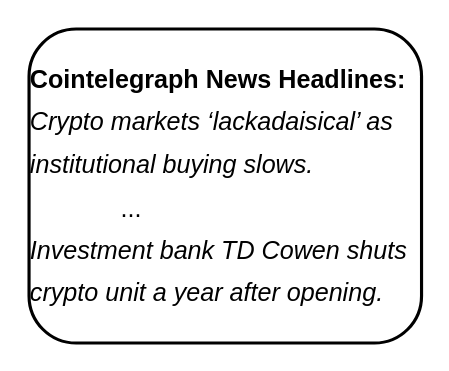
Earlier version of the draw.io diagram diagrams/news.drawio (lyc0603/multi-agent). Source tidied: cells renumbered, new cells numbered last; positions are measured from the earlier drawing's top-left corner, leaving out a move shared by most shapes. Both pictures are drawn from the tidied source at 157%, with x=0, y=0 at pixel (28, 28).
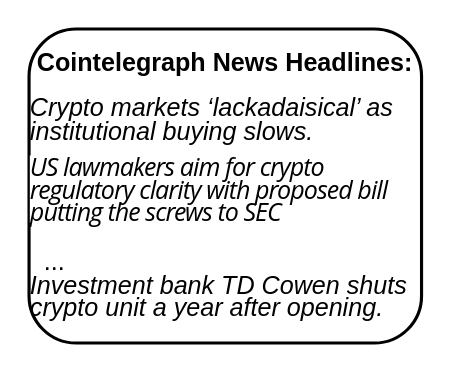
Above is the later version.

The edit, as a diff of the source:
```diff
@@
 <mxGraphModel>
   <root>
     <mxCell id="0" />
     <mxCell id="1" parent="0" />
-    <mxCell id="2" value="&lt;p style=&quot;margin: 0cm; font-size: 12pt; font-family: Calibri, sans-serif; text-align: start; line-height: 170%;&quot; class=&quot;MsoNormal&quot;&gt;&lt;b&gt;Cointelegraph News Headlines:&lt;/b&gt;&lt;/p&gt;&lt;p style=&quot;margin: 0cm; font-size: 12pt; font-family: Calibri, sans-serif; text-align: start; line-height: 170%;&quot; class=&quot;MsoNormal&quot;&gt;&lt;i&gt;Crypto markets ‘lackadaisical’ as institutional buying slows.&lt;/i&gt;&lt;/p&gt;&lt;p style=&quot;margin: 0cm; font-size: 12pt; font-family: Calibri, sans-serif; text-align: start; line-height: 170%;&quot; class=&quot;MsoNormal&quot;&gt;&amp;nbsp;&amp;nbsp;&amp;nbsp;&amp;nbsp;&amp;nbsp;&amp;nbsp;&amp;nbsp;&amp;nbsp;&amp;nbsp;&amp;nbsp;&amp;nbsp;&amp;nbsp; ...&lt;/p&gt;&lt;p style=&quot;margin: 0cm; font-size: 12pt; font-family: Calibri, sans-serif; text-align: start; line-height: 170%;&quot; class=&quot;MsoNormal&quot;&gt;&lt;i&gt;Investment bank TD Cowen shuts crypto unit a year after opening.&lt;/i&gt;&lt;/p&gt;" style="rounded=1;whiteSpace=wrap;html=1;strokeWidth=2;" parent="1" vertex="1">
+    <mxCell id="2" value="&lt;p style=&quot;margin: 0cm; font-family: Calibri, sans-serif; text-align: start; line-height: 90%; font-size: 16px;&quot; class=&quot;MsoNormal&quot;&gt;&lt;b style=&quot;&quot;&gt;&lt;font style=&quot;font-size: 16px;&quot;&gt;&amp;nbsp;Cointelegraph News Headlines:&lt;/font&gt;&lt;/b&gt;&lt;/p&gt;&lt;p style=&quot;margin: 0cm; font-family: Calibri, sans-serif; text-align: start; line-height: 90%; font-size: 16px;&quot; class=&quot;MsoNormal&quot;&gt;&lt;b style=&quot;&quot;&gt;&lt;font style=&quot;font-size: 16px;&quot;&gt;&lt;br&gt;&lt;/font&gt;&lt;/b&gt;&lt;/p&gt;&lt;p style=&quot;margin: 0cm; font-family: Calibri, sans-serif; text-align: start; line-height: 90%; font-size: 16px;&quot; class=&quot;MsoNormal&quot;&gt;&lt;i&gt;&lt;font style=&quot;font-size: 16px;&quot;&gt;Crypto markets ‘lackadaisical’ as institutional buying slows.&lt;/font&gt;&lt;/i&gt;&lt;/p&gt;&lt;h1 style=&quot;box-sizing: border-box; border-width: 0px; border-style: solid; border-color: rgb(229, 231, 235); --tw-border-spacing-x: 0; --tw-border-spacing-y: 0; --tw-translate-x: 0; --tw-translate-y: 0; --tw-rotate: 0; --tw-skew-x: 0; --tw-skew-y: 0; --tw-scale-x: 1; --tw-scale-y: 1; --tw-pan-x: ; --tw-pan-y: ; --tw-pinch-zoom: ; --tw-scroll-snap-strictness: proximity; --tw-gradient-from-position: ; --tw-gradient-via-position: ; --tw-gradient-to-position: ; --tw-ordinal: ; --tw-slashed-zero: ; --tw-numeric-figure: ; --tw-numeric-spacing: ; --tw-numeric-fraction: ; --tw-ring-inset: ; --tw-ring-offset-width: 0px; --tw-ring-offset-color: #fff; --tw-ring-color: rgb(59 130 246 / 0.5); --tw-ring-offset-shadow: 0 0 #0000; --tw-ring-shadow: 0 0 #0000; --tw-shadow: 0 0 #0000; --tw-shadow-colored: 0 0 #0000; --tw-blur: ; --tw-brightness: ; --tw-contrast: ; --tw-grayscale: ; --tw-hue-rotate: ; --tw-invert: ; --tw-saturate: ; --tw-sepia: ; --tw-drop-shadow: ; --tw-backdrop-blur: ; --tw-backdrop-brightness: ; --tw-backdrop-contrast: ; --tw-backdrop-grayscale: ; --tw-backdrop-hue-rotate: ; --tw-backdrop-invert: ; --tw-backdrop-opacity: ; --tw-backdrop-saturate: ; --tw-backdrop-sepia: ; --tw-contain-size: ; --tw-contain-layout: ; --tw-contain-paint: ; --tw-contain-style: ; margin: 8px 0px 18px; line-height: 90%; font-stretch: normal; letter-spacing: -0.6px; font-family: &amp;quot;Open Sans&amp;quot;, -apple-system, &amp;quot;system-ui&amp;quot;, &amp;quot;Segoe UI&amp;quot;, Roboto, Helvetica, Arial, sans-serif; text-align: start; background-color: rgb(255, 255, 255); font-size: 16px;&quot; data-v-93e1f8b6=&quot;&quot; class=&quot;post__title&quot;&gt;&lt;font style=&quot;font-weight: normal; font-size: 16px;&quot;&gt;&lt;i&gt;US lawmakers aim for crypto regulatory clarity with proposed bill putting the screws to SEC&lt;/i&gt;&lt;/font&gt;&lt;/h1&gt;&lt;p style=&quot;text-align: left; margin: 0cm; font-family: Calibri, sans-serif; line-height: 90%; font-size: 16px;&quot; class=&quot;MsoNormal&quot;&gt;&lt;font style=&quot;font-size: 16px;&quot;&gt;&amp;nbsp; ...&lt;/font&gt;&lt;/p&gt;&lt;p style=&quot;margin: 0cm; font-family: Calibri, sans-serif; text-align: start; line-height: 90%; font-size: 16px;&quot; class=&quot;MsoNormal&quot;&gt;&lt;i style=&quot;&quot;&gt;&lt;font style=&quot;font-size: 16px;&quot;&gt;Investment bank TD Cowen shuts crypto unit a year after opening.&lt;/font&gt;&lt;/i&gt;&lt;/p&gt;" style="rounded=1;whiteSpace=wrap;html=1;strokeWidth=2;" parent="1" vertex="1">
       <mxGeometry width="250" height="200" as="geometry" />
     </mxCell>
   </root>
 </mxGraphModel>
```
